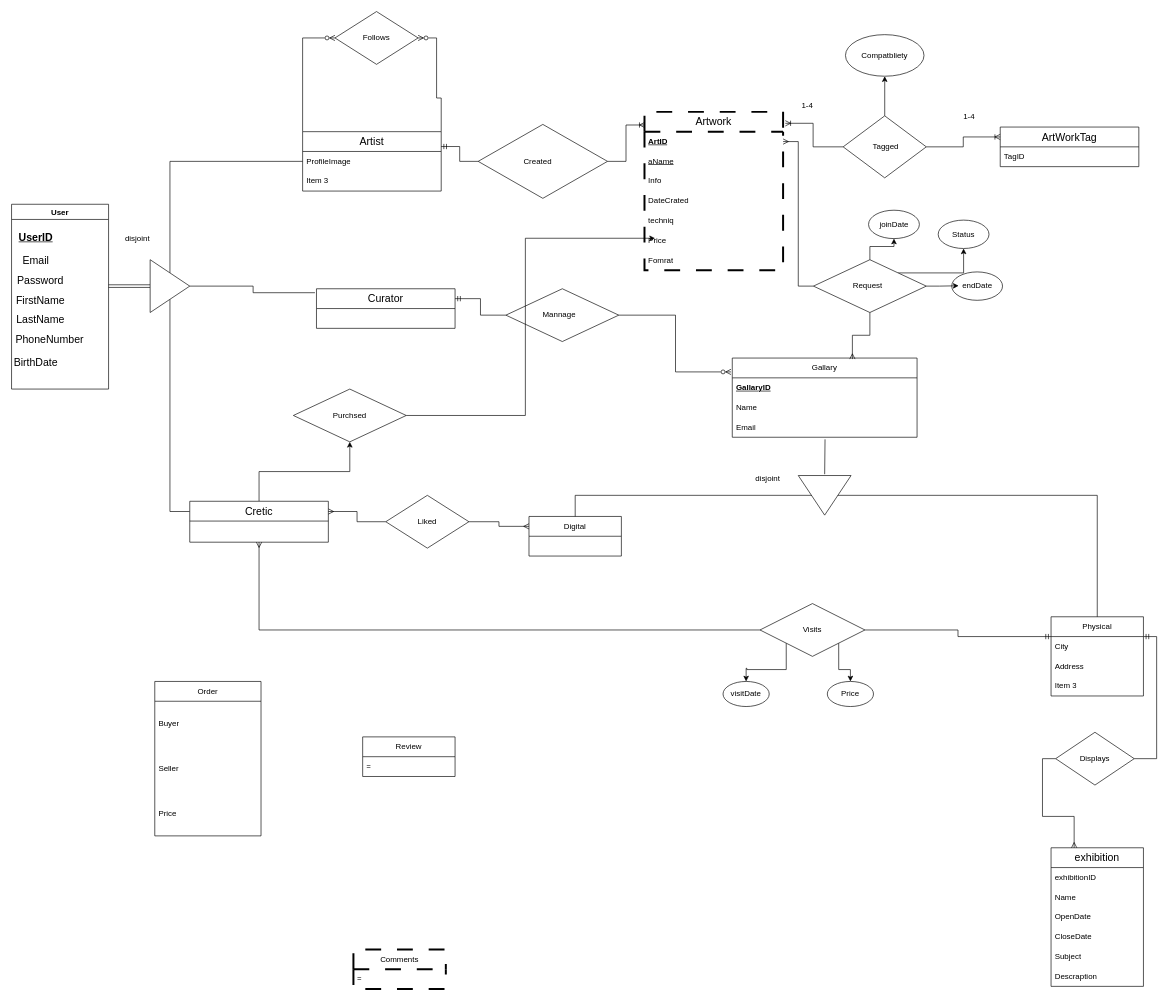
The draw.io diagram ERD-Folder/ERD.drawio in MikeCohenIL/Matala_ERD, before the edit. Source tidied: cells renumbered, new cells numbered last; positions are measured from the earlier drawing's top-left corner, leaving out a move shared by most shapes. Both pictures are drawn from the tidied source at 66%, with x=0, y=0 at pixel (11, 11).
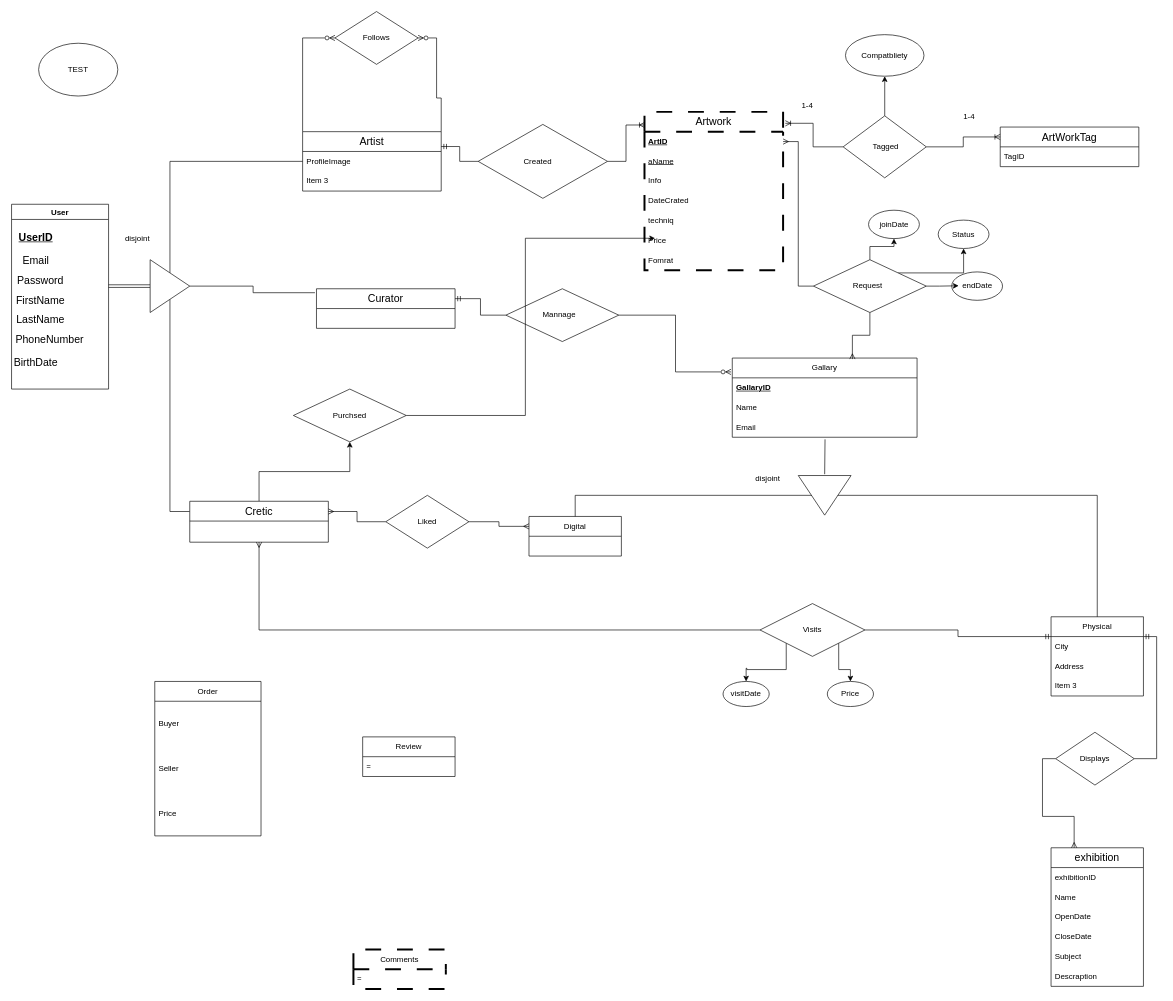
The same diagram, later.

The edit, as a diff of the source:
```diff
@@
+    <mxCell id="107" value="TEST" style="ellipse;whiteSpace=wrap;html=1;" parent="1" vertex="1">
+      <mxGeometry x="41" y="48" width="120" height="80" as="geometry" />
+    </mxCell>
```
